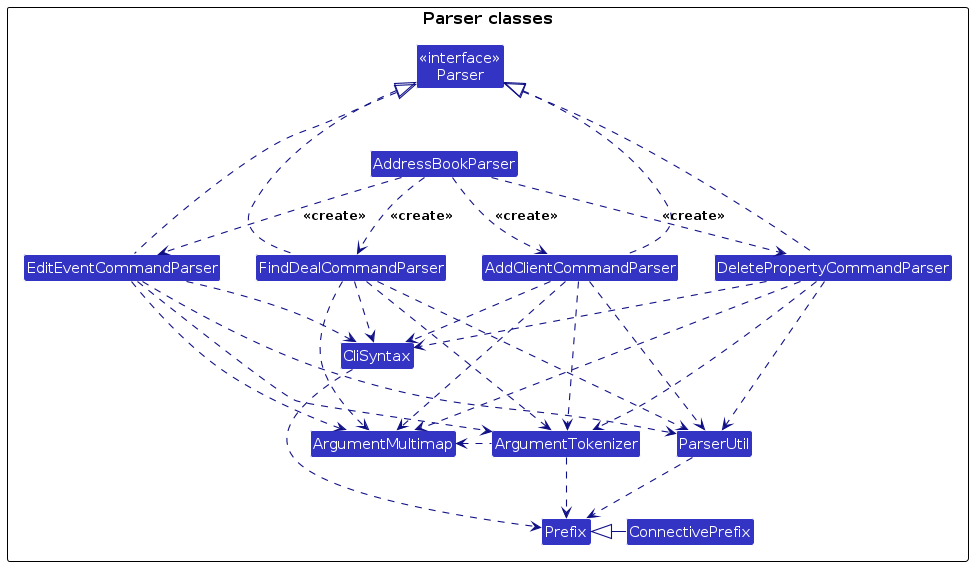
This is diagrams/ParserStructure.png from githubcsuser/tp, a PlantUML export, as it was before one commit. Its source is kept beside it as diagrams/ParserStructure.puml. Source of this version:
```plantuml
@startuml
!include style.puml
skinparam arrowThickness 1.1
skinparam arrowColor LOGIC_COLOR_T4
skinparam classBackgroundColor LOGIC_COLOR

package "Parser classes" {
  Class "<<interface>>\nParser" as Parser
  Class AddressBookParser
  Class FindDealCommandParser
  Class AddClientCommandParser
  Class EditEventCommandParser
  Class DeletePropertyCommandParser
  Class CliSyntax
  Class ParserUtil
  Class ArgumentMultimap
  Class ArgumentTokenizer
  Class Prefix
  Class ConnectivePrefix
}

FindDealCommandParser .up..|> Parser
AddClientCommandParser .up.|> Parser
EditEventCommandParser .up.|> Parser
DeletePropertyCommandParser .up.|> Parser

AddressBookParser .down.> FindDealCommandParser : <<create>>
AddressBookParser .down.> AddClientCommandParser : <<create>>
AddressBookParser .down.> EditEventCommandParser : <<create>>
AddressBookParser .down.> DeletePropertyCommandParser : <<create>>

FindDealCommandParser ...> ArgumentMultimap
AddClientCommandParser ...> ArgumentMultimap
EditEventCommandParser ...> ArgumentMultimap
DeletePropertyCommandParser ...> ArgumentMultimap

FindDealCommandParser ..> ArgumentTokenizer
AddClientCommandParser ...> ArgumentTokenizer
EditEventCommandParser ...> ArgumentTokenizer
DeletePropertyCommandParser ...> ArgumentTokenizer

ArgumentTokenizer .left.> ArgumentMultimap

FindDealCommandParser ..> CliSyntax
AddClientCommandParser ..> CliSyntax
EditEventCommandParser ..> CliSyntax
DeletePropertyCommandParser ..> CliSyntax

CliSyntax ..> Prefix

FindDealCommandParser ..> ParserUtil
AddClientCommandParser ..> ParserUtil
EditEventCommandParser ..> ParserUtil
DeletePropertyCommandParser ...> ParserUtil

ParserUtil .down.> Prefix
ArgumentTokenizer .down.> Prefix
ConnectivePrefix -left-|> Prefix
@enduml
```
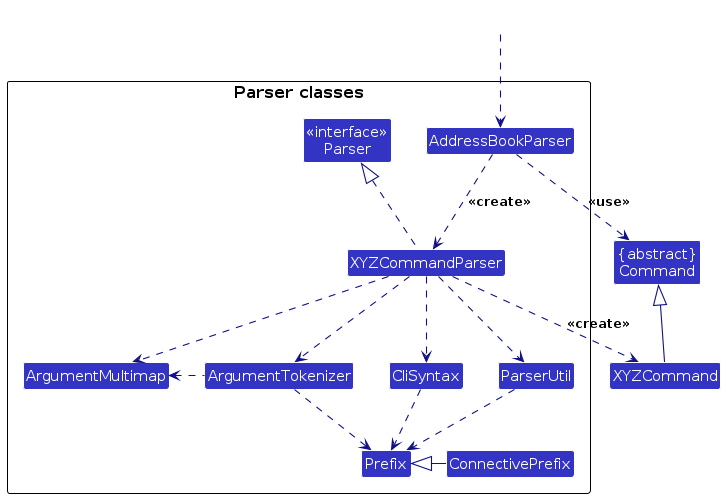
Later version of the same file.

What changed in the source:
```diff
@@ -4,56 +4,37 @@
 skinparam arrowColor LOGIC_COLOR_T4
 skinparam classBackgroundColor LOGIC_COLOR
 
-package "Parser classes" {
-  Class "<<interface>>\nParser" as Parser
-  Class AddressBookParser
-  Class FindDealCommandParser
-  Class AddClientCommandParser
-  Class EditEventCommandParser
-  Class DeletePropertyCommandParser
-  Class CliSyntax
-  Class ParserUtil
-  Class ArgumentMultimap
-  Class ArgumentTokenizer
-  Class Prefix
-  Class ConnectivePrefix
+Class "{abstract}\nCommand" as Command
+Class XYZCommand
+
+package "Parser classes"{
+Class "<<interface>>\nParser" as Parser
+Class AddressBookParser
+Class XYZCommandParser
+Class CliSyntax
+Class ParserUtil
+Class ArgumentMultimap
+Class ArgumentTokenizer
+Class Prefix
+Class ConnectivePrefix
 }
 
-FindDealCommandParser .up..|> Parser
-AddClientCommandParser .up.|> Parser
-EditEventCommandParser .up.|> Parser
-DeletePropertyCommandParser .up.|> Parser
+Class HiddenOutside #FFFFFF
+HiddenOutside ..> AddressBookParser
 
-AddressBookParser .down.> FindDealCommandParser : <<create>>
-AddressBookParser .down.> AddClientCommandParser : <<create>>
-AddressBookParser .down.> EditEventCommandParser : <<create>>
-AddressBookParser .down.> DeletePropertyCommandParser : <<create>>
+AddressBookParser .down.> XYZCommandParser: <<create>>
 
-FindDealCommandParser ...> ArgumentMultimap
-AddClientCommandParser ...> ArgumentMultimap
-EditEventCommandParser ...> ArgumentMultimap
-DeletePropertyCommandParser ...> ArgumentMultimap
-
-FindDealCommandParser ..> ArgumentTokenizer
-AddClientCommandParser ...> ArgumentTokenizer
-EditEventCommandParser ...> ArgumentTokenizer
-DeletePropertyCommandParser ...> ArgumentTokenizer
-
+XYZCommandParser ..> XYZCommand : <<create>>
+AddressBookParser ..> Command : <<use>>
+XYZCommandParser .up.|> Parser
+XYZCommandParser ..> ArgumentMultimap
+XYZCommandParser ..> ArgumentTokenizer
 ArgumentTokenizer .left.> ArgumentMultimap
-
-FindDealCommandParser ..> CliSyntax
-AddClientCommandParser ..> CliSyntax
-EditEventCommandParser ..> CliSyntax
-DeletePropertyCommandParser ..> CliSyntax
-
+XYZCommandParser ..> CliSyntax
 CliSyntax ..> Prefix
-
-FindDealCommandParser ..> ParserUtil
-AddClientCommandParser ..> ParserUtil
-EditEventCommandParser ..> ParserUtil
-DeletePropertyCommandParser ...> ParserUtil
-
+XYZCommandParser ..> ParserUtil
 ParserUtil .down.> Prefix
 ArgumentTokenizer .down.> Prefix
+XYZCommand -up-|> Command
 ConnectivePrefix -left-|> Prefix
 @enduml
```
